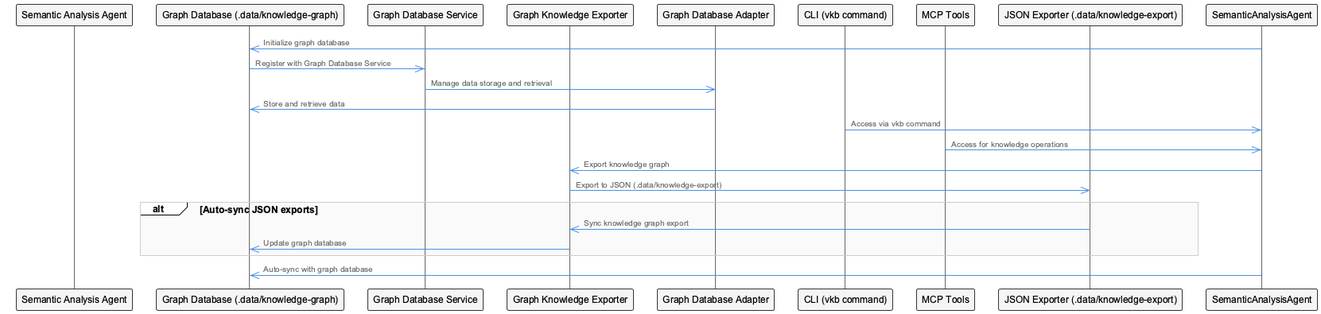
This is knowledge-management/insights/images/semantic-analysis-agent-system-implementation-sequence.png from fwornle/coding, a PlantUML export, as it was before one commit.
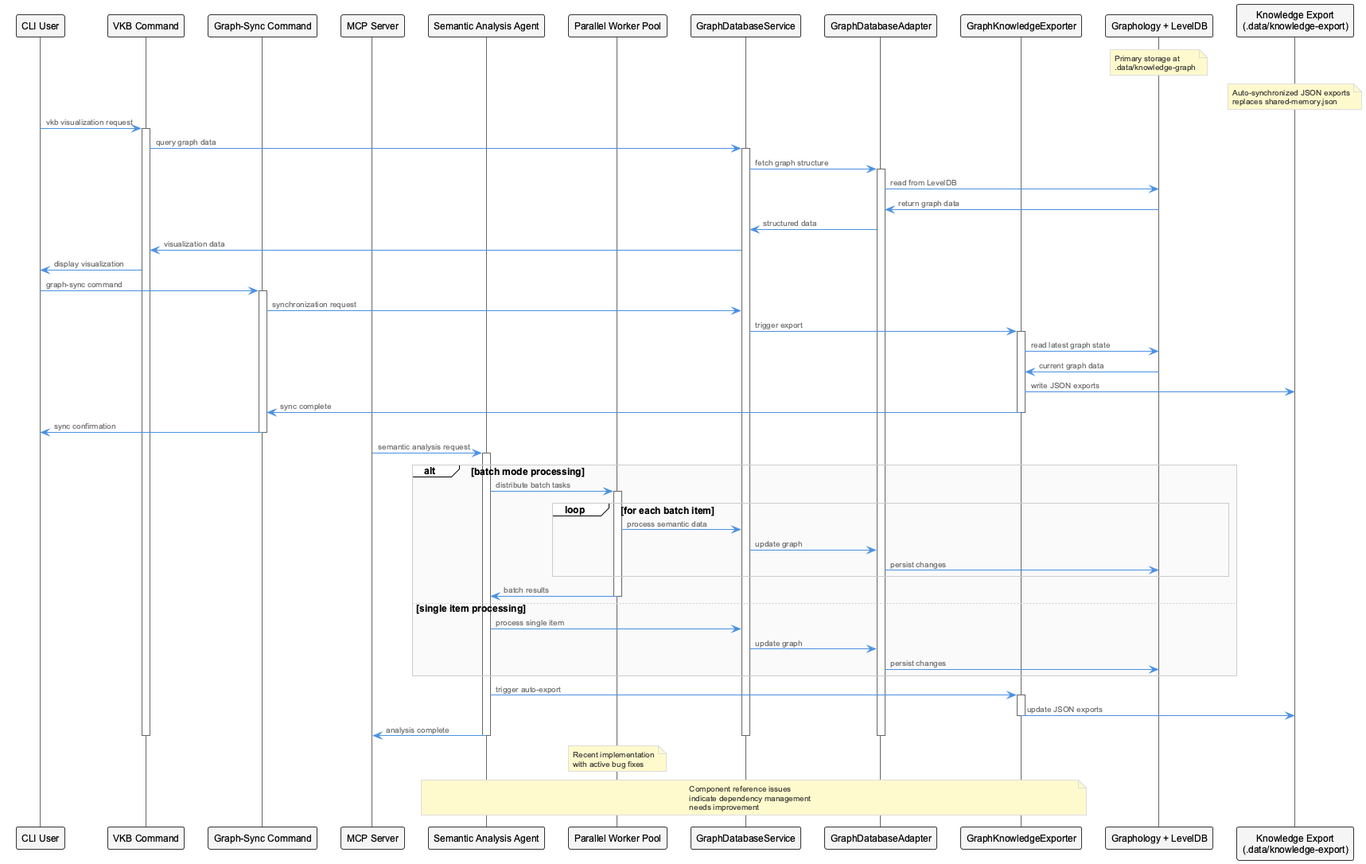
The same file after the commit.

What changed in the source:
```diff
@@ -1,30 +1,77 @@
 @startuml
 !include /Users/q284340/Agentic/coding/docs/puml/_standard-style.puml
 
-participant SemanticAnalysisAgentSystemImplementation as "Semantic Analysis Agent"
-participant GraphDatabase as "Graph Database (.data/knowledge-graph)"
-participant GraphDatabaseService as "Graph Database Service"
-participant GraphKnowledgeExporter as "Graph Knowledge Exporter"
-participant GraphDatabaseAdapter as "Graph Database Adapter"
-participant CLI as "CLI (vkb command)"
-participant MCP as "MCP Tools"
-participant JSONExporter as "JSON Exporter (.data/knowledge-export)"
+participant "CLI User" as User
+participant "VKB Command" as VKB
+participant "Graph-Sync Command" as Sync
+participant "MCP Server" as MCP
+participant "Semantic Analysis Agent" as Agent
+participant "Parallel Worker Pool" as Workers
+participant "GraphDatabaseService" as GDS
+participant "GraphDatabaseAdapter" as GDA
+participant "GraphKnowledgeExporter" as GKE
+participant "Graphology + LevelDB" as Storage
+participant "Knowledge Export\n(.data/knowledge-export)" as Export
 
-SemanticAnalysisAgent->>GraphDatabase: Initialize graph database
-GraphDatabase->>GraphDatabaseService: Register with Graph Database Service
-GraphDatabaseService->>GraphDatabaseAdapter: Manage data storage and retrieval
-GraphDatabaseAdapter->>GraphDatabase: Store and retrieve data
+note over Storage : Primary storage at\n.data/knowledge-graph
+note over Export : Auto-synchronized JSON exports\nreplaces shared-memory.json
 
-CLI->>SemanticAnalysisAgent: Access via vkb command
-MCP->>SemanticAnalysisAgent: Access for knowledge operations
-SemanticAnalysisAgent->>GraphKnowledgeExporter: Export knowledge graph
-GraphKnowledgeExporter->>JSONExporter: Export to JSON (.data/knowledge-export)
+User -> VKB : vkb visualization request
+activate VKB
+VKB -> GDS : query graph data
+activate GDS
+GDS -> GDA : fetch graph structure
+activate GDA
+GDA -> Storage : read from LevelDB
+Storage -> GDA : return graph data
+GDA -> GDS : structured data
+GDS -> VKB : visualization data
+VKB -> User : display visualization
 
-alt Auto-sync JSON exports
-    JSONExporter->>GraphKnowledgeExporter: Sync knowledge graph export
-    GraphKnowledgeExporter->>GraphDatabase: Update graph database
+User -> Sync : graph-sync command
+activate Sync
+Sync -> GDS : synchronization request
+GDS -> GKE : trigger export
+activate GKE
+GKE -> Storage : read latest graph state
+Storage -> GKE : current graph data
+GKE -> Export : write JSON exports
+GKE -> Sync : sync complete
+deactivate GKE
+Sync -> User : sync confirmation
+deactivate Sync
+
+MCP -> Agent : semantic analysis request
+activate Agent
+alt batch mode processing
+    Agent -> Workers : distribute batch tasks
+    activate Workers
+    loop for each batch item
+        Workers -> GDS : process semantic data
+        GDS -> GDA : update graph
+        GDA -> Storage : persist changes
+    end
+    Workers -> Agent : batch results
+    deactivate Workers
+else single item processing
+    Agent -> GDS : process single item
+    GDS -> GDA : update graph
+    GDA -> Storage : persist changes
 end
 
-SemanticAnalysisAgent->>GraphDatabase: Auto-sync with graph database
+Agent -> GKE : trigger auto-export
+activate GKE
+GKE -> Export : update JSON exports
+deactivate GKE
+
+Agent -> MCP : analysis complete
+deactivate Agent
+
+note over Workers : Recent implementation\nwith active bug fixes
+note over Agent, GKE : Component reference issues\nindicate dependency management\nneeds improvement
+
+deactivate GDA
+deactivate GDS
+deactivate VKB
 
 @enduml
```
